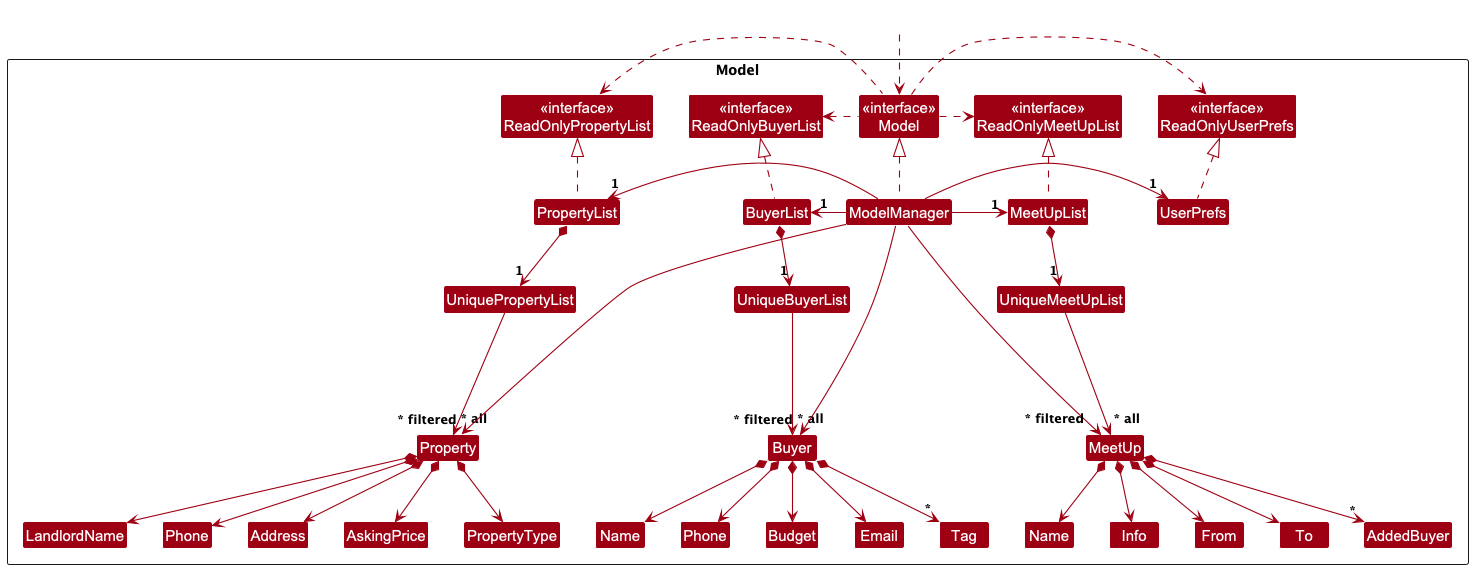
This is docs/images/ModelClassDiagram.png from nus-cs2103-AY2425S1/tp, a PlantUML export, as it was before one commit.
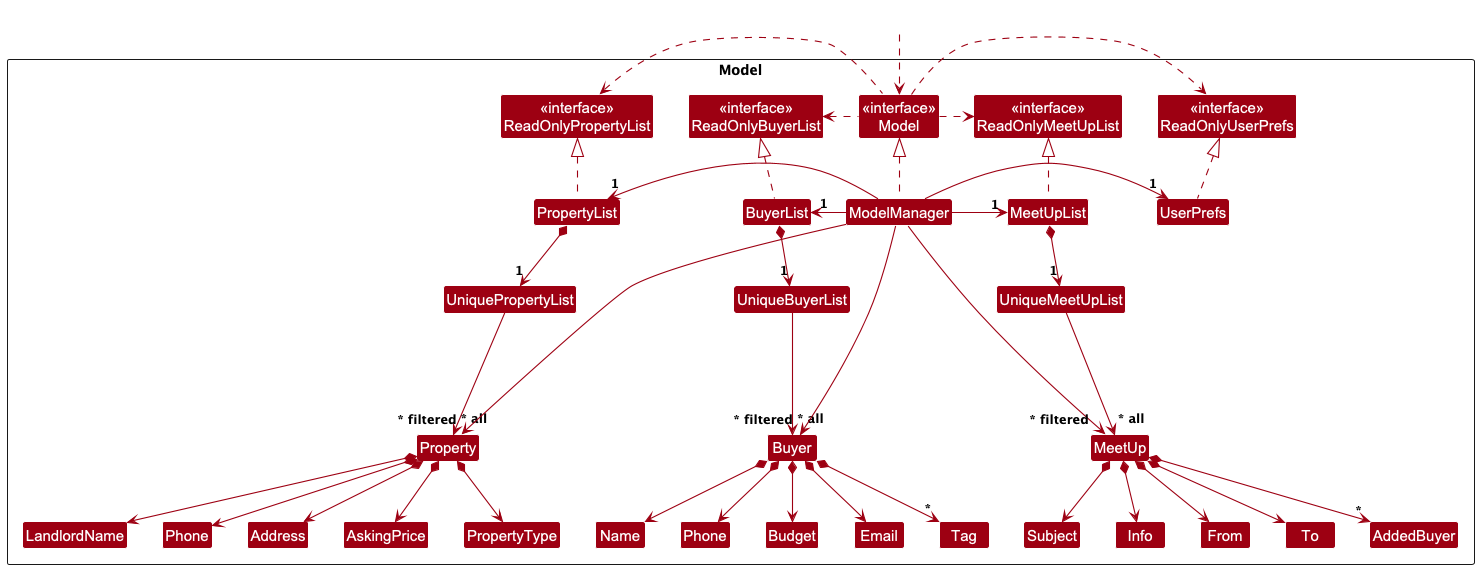
Above is the later version.

Commit message:
Update MeetUp attribute "Name" to "Subject" in model

What changed in the source:
```diff
@@ -26,7 +26,7 @@
 
 Class UniqueMeetUpList
 Class MeetUp
-Class "Name" as Subject
+Class Subject
 Class Info
 Class From
 Class To
```
